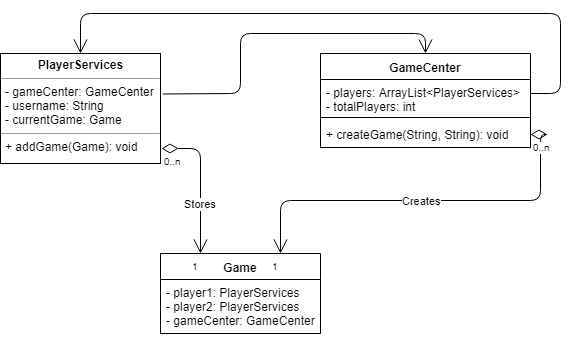
The draw.io diagram docs/applicationTier.png in gd1808/team-project-2188-swen-261-01-b, before a commit. Source tidied: cells renumbered, new cells last; positions are measured from the earlier drawing's top-left corner, leaving out a move shared by most shapes. Source of this version:
```xml
<mxGraphModel>
  <root>
    <mxCell id="0" />
    <mxCell id="1" parent="0" />
    <mxCell id="2" value="&lt;p style=&quot;margin: 0px ; margin-top: 4px ; text-align: center&quot;&gt;&lt;b&gt;PlayerServices&lt;/b&gt;&lt;/p&gt;&lt;hr size=&quot;1&quot;&gt;&lt;p style=&quot;margin: 0px ; margin-left: 4px&quot;&gt;- gameCenter: GameCenter&lt;/p&gt;&lt;p style=&quot;margin: 0px ; margin-left: 4px&quot;&gt;- username: String&lt;/p&gt;&lt;p style=&quot;margin: 0px ; margin-left: 4px&quot;&gt;- currentGame: Game&lt;/p&gt;&lt;hr size=&quot;1&quot;&gt;&lt;p style=&quot;margin: 0px ; margin-left: 4px&quot;&gt;+ addGame(Game): void&lt;/p&gt;" style="verticalAlign=top;align=left;overflow=fill;fontSize=12;fontFamily=Helvetica;html=1;" parent="1" vertex="1">
      <mxGeometry y="40" width="160" height="110" as="geometry" />
    </mxCell>
    <mxCell id="3" value="GameCenter" style="swimlane;fontStyle=1;align=center;verticalAlign=top;horizontal=1;startSize=26;" parent="1" vertex="1">
      <mxGeometry x="320" y="40" width="210" height="94" as="geometry" />
    </mxCell>
    <mxCell id="4" value="- players: ArrayList&lt;PlayerServices&gt;&#10;- totalPlayers: int" style="text;strokeColor=none;fillColor=none;align=left;verticalAlign=top;spacingLeft=4;spacingRight=4;overflow=hidden;" parent="3" vertex="1">
      <mxGeometry y="26" width="210" height="34" as="geometry" />
    </mxCell>
    <mxCell id="5" style="line;strokeWidth=1;fillColor=none;align=left;verticalAlign=middle;spacingTop=-1;spacingLeft=3;spacingRight=3;labelPosition=right;" parent="3" vertex="1">
      <mxGeometry y="60" width="210" height="8" as="geometry" />
    </mxCell>
    <mxCell id="6" value="+ createGame(String, String): void" style="text;strokeColor=none;fillColor=none;align=left;verticalAlign=top;spacingLeft=4;spacingRight=4;overflow=hidden;points=[[0,0.5],[1,0.5]];portConstraint=eastwest;" parent="3" vertex="1">
      <mxGeometry y="68" width="210" height="26" as="geometry" />
    </mxCell>
    <mxCell id="7" value="Game" style="swimlane;fontStyle=1;align=center;verticalAlign=top;horizontal=1;startSize=26;" parent="1" vertex="1">
      <mxGeometry x="160" y="240" width="160" height="80" as="geometry" />
    </mxCell>
    <mxCell id="8" value="- player1: PlayerServices&#10;- player2: PlayerServices&#10;- gameCenter: GameCenter" style="text;strokeColor=none;fillColor=none;align=left;verticalAlign=top;spacingLeft=4;spacingRight=4;overflow=hidden;" parent="7" vertex="1">
      <mxGeometry y="26" width="160" height="54" as="geometry" />
    </mxCell>
    <mxCell id="9" value="Creates" style="endArrow=open;html=1;endSize=12;startArrow=diamondThin;startSize=14;startFill=0;edgeStyle=orthogonalEdgeStyle;exitX=1;exitY=0.5;exitDx=0;exitDy=0;entryX=0.75;entryY=0;entryDx=0;entryDy=0;" parent="1" edge="1" source="6" target="7">
      <mxGeometry relative="1" as="geometry">
        <Array as="points">
          <mxPoint x="540" y="121" />
          <mxPoint x="540" y="187" />
          <mxPoint x="280" y="187" />
        </Array>
      </mxGeometry>
    </mxCell>
    <mxCell id="10" value="0..n" style="html=1;align=left;verticalAlign=top;labelBackgroundColor=#ffffff;fontSize=10;" parent="9" vertex="1">
      <mxGeometry x="-1" relative="1" as="geometry" />
    </mxCell>
    <mxCell id="11" value="1" style="html=1;align=right;verticalAlign=top;labelBackgroundColor=#ffffff;fontSize=10;" parent="9" vertex="1">
      <mxGeometry x="1" relative="1" as="geometry" />
    </mxCell>
    <mxCell id="12" style="endArrow=open;endFill=1;endSize=12;html=1;exitX=1.015;exitY=0.368;exitDx=0;exitDy=0;exitPerimeter=0;entryX=0.5;entryY=0;entryDx=0;entryDy=0;" parent="1" edge="1" source="2" target="3">
      <mxGeometry relative="1" as="geometry">
        <Array as="points">
          <mxPoint x="240" y="80" />
          <mxPoint x="240" y="20" />
          <mxPoint x="425" y="20" />
        </Array>
      </mxGeometry>
    </mxCell>
    <mxCell id="13" value="Stores" style="endArrow=open;html=1;endSize=12;startArrow=diamondThin;startSize=14;startFill=0;edgeStyle=orthogonalEdgeStyle;exitX=1.007;exitY=0.861;exitDx=0;exitDy=0;exitPerimeter=0;entryX=0.25;entryY=0;entryDx=0;entryDy=0;" parent="1" edge="1" source="2" target="7">
      <mxGeometry x="0.31" relative="1" as="geometry">
        <Array as="points">
          <mxPoint x="200" y="135" />
        </Array>
      </mxGeometry>
    </mxCell>
    <mxCell id="14" value="0..n" style="html=1;align=left;verticalAlign=top;labelBackgroundColor=#ffffff;fontSize=10;" parent="13" vertex="1">
      <mxGeometry x="-1" relative="1" as="geometry" />
    </mxCell>
    <mxCell id="15" value="1" style="html=1;align=right;verticalAlign=top;labelBackgroundColor=#ffffff;fontSize=10;" parent="13" vertex="1">
      <mxGeometry x="1" relative="1" as="geometry" />
    </mxCell>
    <mxCell id="16" style="endArrow=open;endFill=1;endSize=12;html=1;entryX=0.5;entryY=0;entryDx=0;entryDy=0;" parent="1" edge="1" target="2">
      <mxGeometry relative="1" as="geometry">
        <mxPoint x="530" y="80" as="sourcePoint" />
        <Array as="points">
          <mxPoint x="560" y="80" />
          <mxPoint x="560" />
          <mxPoint x="80" />
        </Array>
      </mxGeometry>
    </mxCell>
  </root>
</mxGraphModel>
```
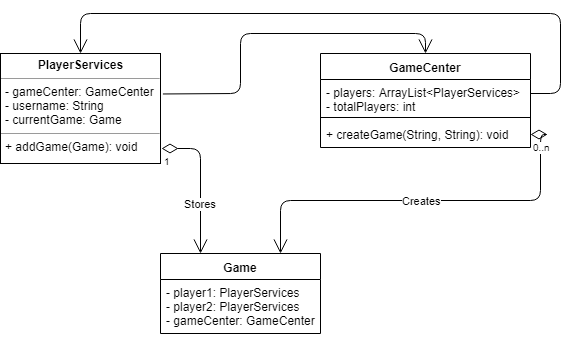
After the commit.

Commit message:
small fix to application UML

What changed in the source:
```diff
@@ -35,7 +35,7 @@
     <mxCell id="10" value="0..n" style="html=1;align=left;verticalAlign=top;labelBackgroundColor=#ffffff;fontSize=10;" parent="9" vertex="1">
       <mxGeometry x="-1" relative="1" as="geometry" />
     </mxCell>
-    <mxCell id="11" value="1" style="html=1;align=right;verticalAlign=top;labelBackgroundColor=#ffffff;fontSize=10;" parent="9" vertex="1">
+    <mxCell id="11" style="html=1;align=right;verticalAlign=top;labelBackgroundColor=#ffffff;fontSize=10;" parent="9" vertex="1">
       <mxGeometry x="1" relative="1" as="geometry" />
     </mxCell>
     <mxCell id="12" style="endArrow=open;endFill=1;endSize=12;html=1;exitX=1.015;exitY=0.368;exitDx=0;exitDy=0;exitPerimeter=0;entryX=0.5;entryY=0;entryDx=0;entryDy=0;" parent="1" edge="1" source="2" target="3">
@@ -54,10 +54,10 @@
         </Array>
       </mxGeometry>
     </mxCell>
-    <mxCell id="14" value="0..n" style="html=1;align=left;verticalAlign=top;labelBackgroundColor=#ffffff;fontSize=10;" parent="13" vertex="1">
+    <mxCell id="14" value="1" style="html=1;align=left;verticalAlign=top;labelBackgroundColor=#ffffff;fontSize=10;" parent="13" vertex="1">
       <mxGeometry x="-1" relative="1" as="geometry" />
     </mxCell>
-    <mxCell id="15" value="1" style="html=1;align=right;verticalAlign=top;labelBackgroundColor=#ffffff;fontSize=10;" parent="13" vertex="1">
+    <mxCell id="15" style="html=1;align=right;verticalAlign=top;labelBackgroundColor=#ffffff;fontSize=10;" parent="13" vertex="1">
       <mxGeometry x="1" relative="1" as="geometry" />
     </mxCell>
     <mxCell id="16" style="endArrow=open;endFill=1;endSize=12;html=1;entryX=0.5;entryY=0;entryDx=0;entryDy=0;" parent="1" edge="1" target="2">
```
